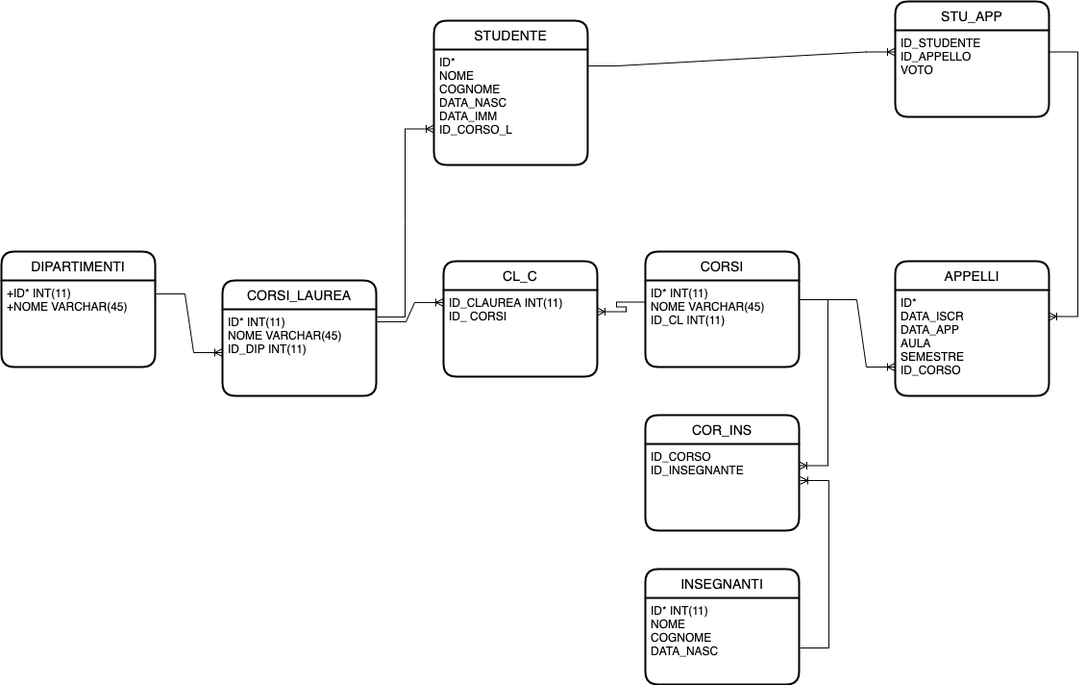
This is db-university.png from templarec/db-university, a draw.io export, as it was before one commit. Source tidied: cells renumbered, new cells last; positions are measured from the earlier drawing's top-left corner, leaving out a move shared by most shapes.
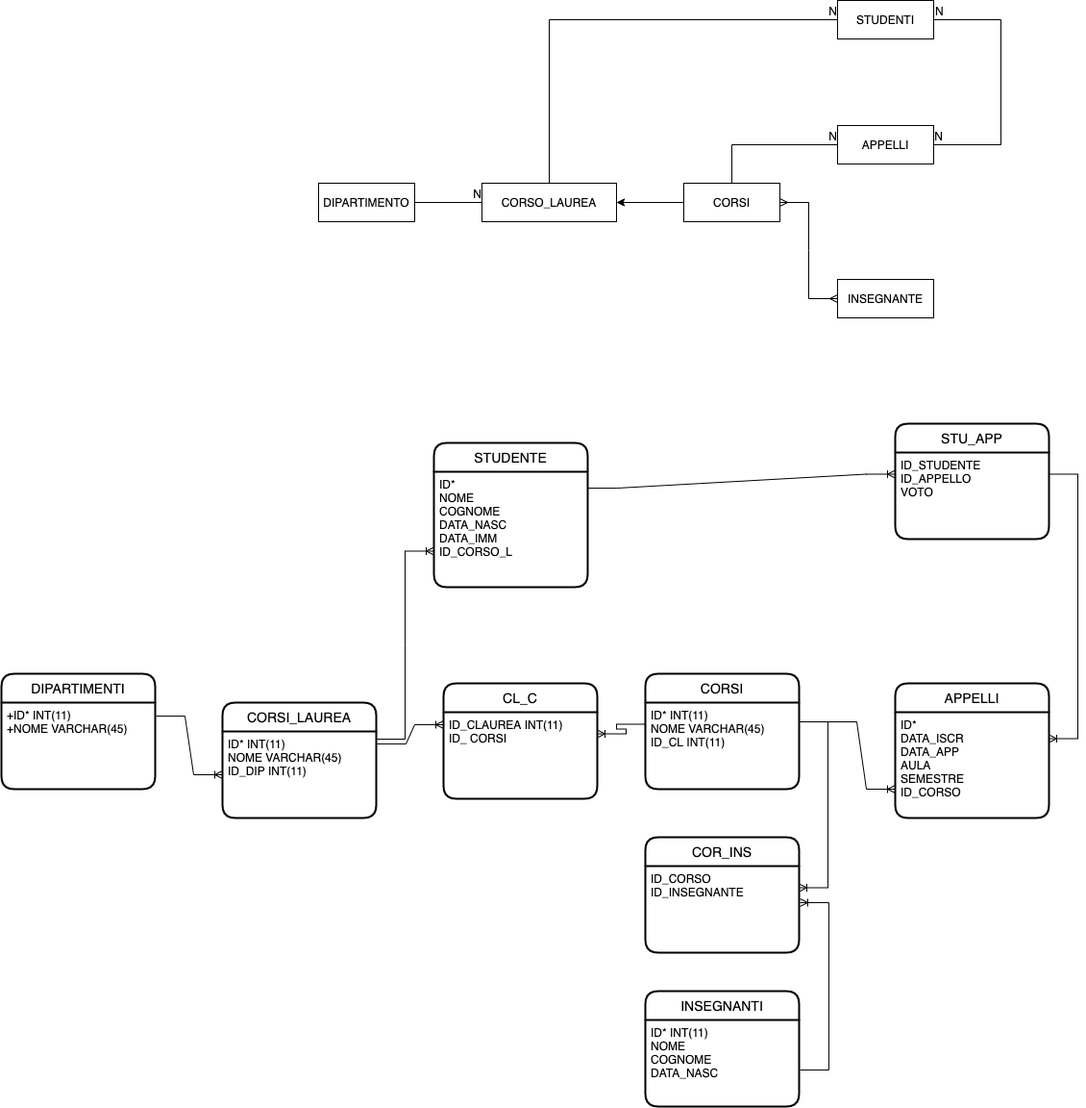
After the change.

The edit, as a diff of the source:
```diff
@@ -88,5 +88,63 @@
     <mxCell id="28" style="edgeStyle=entityRelationEdgeStyle;fontSize=12;html=1;endArrow=ERoneToMany;rounded=0;exitX=1;exitY=0.25;exitDx=0;exitDy=0;entryX=1;entryY=0.25;entryDx=0;entryDy=0;" parent="1" edge="1" source="26" target="20">
       <mxGeometry relative="1" as="geometry" />
     </mxCell>
+    <mxCell id="29" value="DIPARTIMENTO" style="whiteSpace=wrap;html=1;align=center;" parent="1" vertex="1">
+      <mxGeometry x="330" y="-250" width="100" height="40" as="geometry" />
+    </mxCell>
+    <mxCell id="30" value="CORSO_LAUREA" style="whiteSpace=wrap;html=1;align=center;" parent="1" vertex="1">
+      <mxGeometry x="500" y="-250" width="140" height="40" as="geometry" />
+    </mxCell>
+    <mxCell id="31" style="edgeStyle=orthogonalEdgeStyle;rounded=0;jettySize=auto;html=1;" parent="1" edge="1" source="32" target="30">
+      <mxGeometry relative="1" as="geometry" />
+    </mxCell>
+    <mxCell id="32" value="CORSI" style="whiteSpace=wrap;html=1;align=center;" parent="1" vertex="1">
+      <mxGeometry x="710" y="-250" width="100" height="40" as="geometry" />
+    </mxCell>
+    <mxCell id="33" value="APPELLI" style="whiteSpace=wrap;html=1;align=center;" parent="1" vertex="1">
+      <mxGeometry x="870" y="-310" width="100" height="40" as="geometry" />
+    </mxCell>
+    <mxCell id="34" value="STUDENTI" style="whiteSpace=wrap;html=1;align=center;" parent="1" vertex="1">
+      <mxGeometry x="870" y="-440" width="100" height="40" as="geometry" />
+    </mxCell>
+    <mxCell id="35" value="INSEGNANTE" style="whiteSpace=wrap;html=1;align=center;" parent="1" vertex="1">
+      <mxGeometry x="870" y="-150" width="100" height="40" as="geometry" />
+    </mxCell>
+    <mxCell id="36" style="edgeStyle=entityRelationEdgeStyle;fontSize=12;html=1;endArrow=ERmany;startArrow=ERmany;rounded=0;exitX=1;exitY=0.5;exitDx=0;exitDy=0;entryX=0;entryY=0.5;entryDx=0;entryDy=0;" parent="1" edge="1" source="32" target="35">
+      <mxGeometry relative="1" as="geometry" />
+    </mxCell>
+    <mxCell id="37" style="endArrow=none;html=1;rounded=0;edgeStyle=orthogonalEdgeStyle;exitX=1;exitY=0.5;exitDx=0;exitDy=0;entryX=0;entryY=0.5;entryDx=0;entryDy=0;" parent="1" edge="1" source="29" target="30">
+      <mxGeometry relative="1" as="geometry" />
+    </mxCell>
+    <mxCell id="38" value="N" style="html=1;align=right;verticalAlign=bottom;" parent="37" vertex="1">
+      <mxGeometry x="1" relative="1" as="geometry" />
+    </mxCell>
+    <mxCell id="39" style="endArrow=none;html=1;rounded=0;edgeStyle=orthogonalEdgeStyle;exitX=0.5;exitY=0;exitDx=0;exitDy=0;entryX=0;entryY=0.5;entryDx=0;entryDy=0;" parent="1" edge="1" source="30" target="34">
+      <mxGeometry relative="1" as="geometry" />
+    </mxCell>
+    <mxCell id="40" value="N" style="html=1;align=right;verticalAlign=bottom;" parent="39" vertex="1">
+      <mxGeometry x="1" relative="1" as="geometry" />
+    </mxCell>
+    <mxCell id="41" style="endArrow=none;html=1;rounded=0;edgeStyle=orthogonalEdgeStyle;exitX=1;exitY=0.5;exitDx=0;exitDy=0;entryX=1;entryY=0.5;entryDx=0;entryDy=0;" parent="1" edge="1" source="34" target="33">
+      <mxGeometry relative="1" as="geometry">
+        <Array as="points">
+          <mxPoint x="1040" y="-420" />
+          <mxPoint x="1040" y="-290" />
+        </Array>
+      </mxGeometry>
+    </mxCell>
+    <mxCell id="42" value="N" style="html=1;align=left;verticalAlign=bottom;" parent="41" vertex="1">
+      <mxGeometry x="-1" relative="1" as="geometry" />
+    </mxCell>
+    <mxCell id="43" value="N" style="html=1;align=right;verticalAlign=bottom;" parent="41" vertex="1">
+      <mxGeometry x="1" relative="1" as="geometry">
+        <mxPoint x="10" as="offset" />
+      </mxGeometry>
+    </mxCell>
+    <mxCell id="44" style="endArrow=none;html=1;rounded=0;edgeStyle=orthogonalEdgeStyle;exitX=0.5;exitY=0;exitDx=0;exitDy=0;entryX=0;entryY=0.5;entryDx=0;entryDy=0;" parent="1" edge="1" source="32" target="33">
+      <mxGeometry relative="1" as="geometry" />
+    </mxCell>
+    <mxCell id="45" value="N" style="html=1;align=right;verticalAlign=bottom;" parent="44" vertex="1">
+      <mxGeometry x="1" relative="1" as="geometry" />
+    </mxCell>
   </root>
 </mxGraphModel>
```
